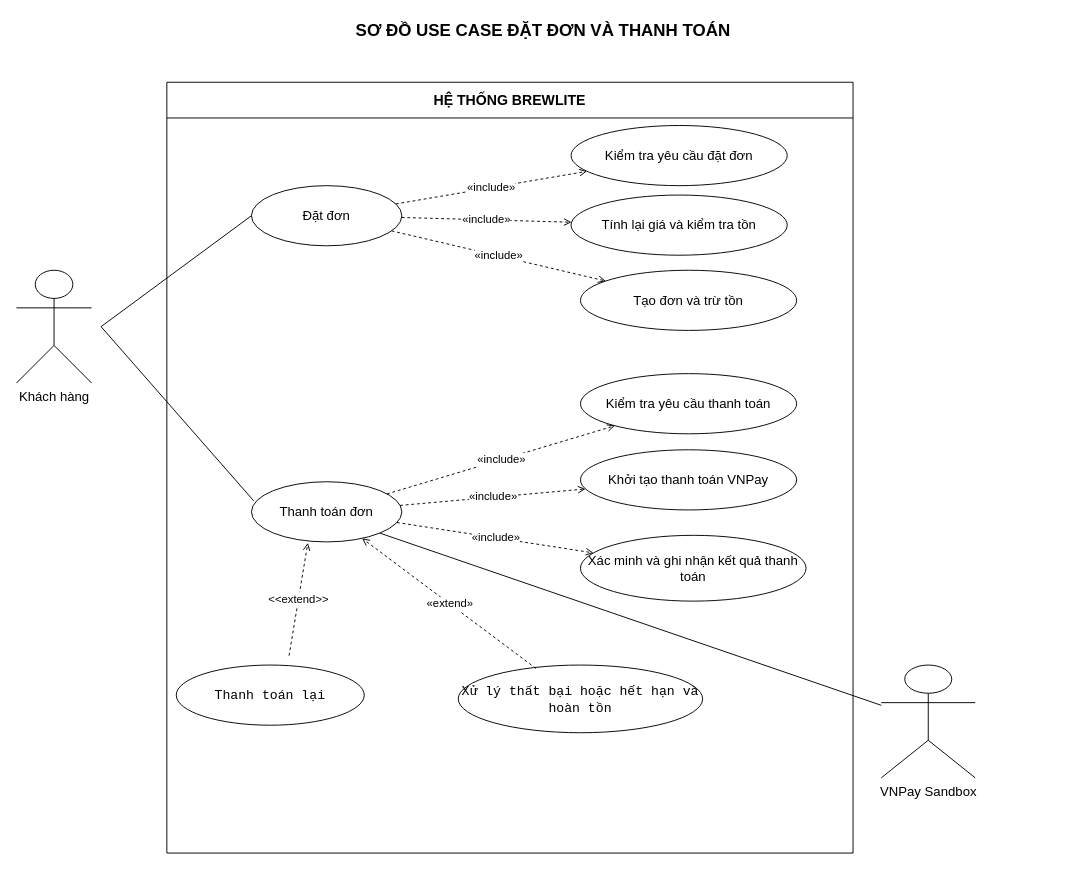
Above: docs/diagrams/sources/use-case-checkout.drawio in mhien06/BrewLite_A2 (draw.io), before the change. Source tidied: cells renumbered, new cells numbered last; positions are measured from the earlier drawing's top-left corner, leaving out a move shared by most shapes. Both pictures are drawn from the tidied source at 94%, with x=0, y=0 at pixel (16, 16).
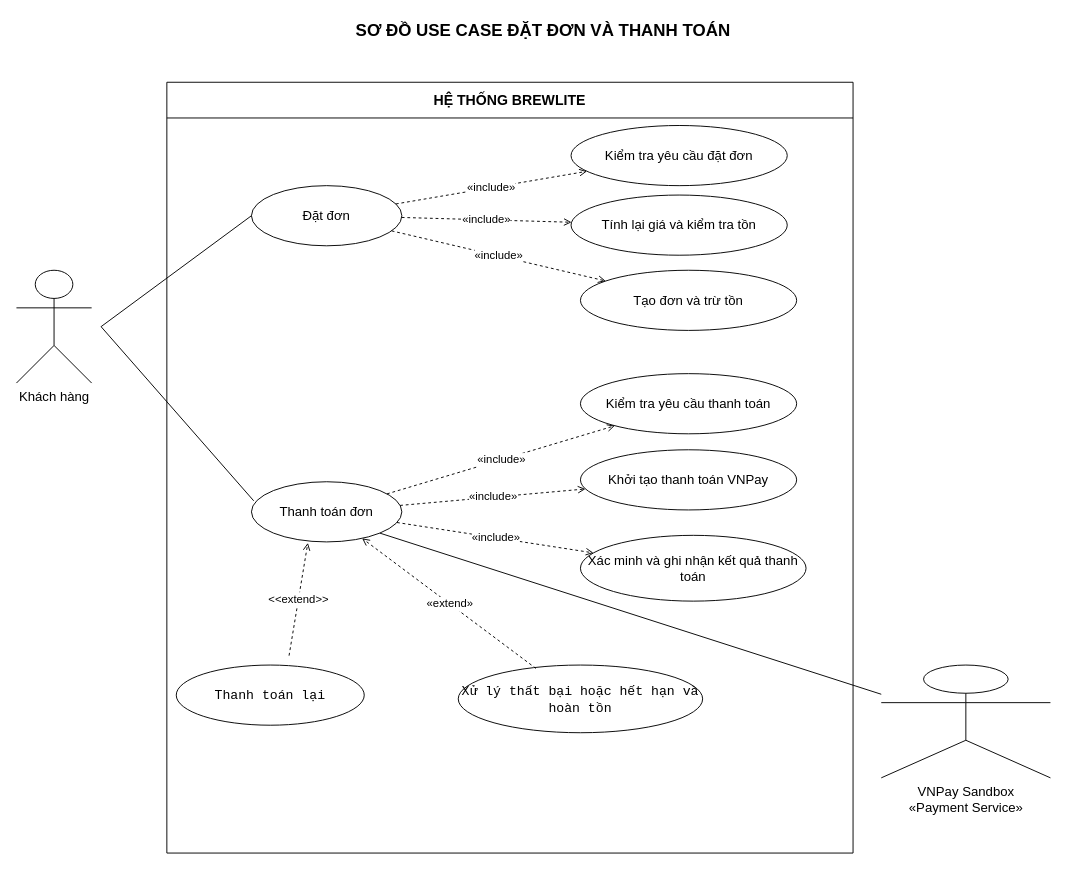
The same page after the edit.

Commit message (it also covers changes not shown here):
docs(task1): đồng bộ VNPay Sandbox và Payment Service

The edit, as a diff of the source:
```diff
@@
-<mxGraphModel>
+<mxGraphModel background="#ffffff">
@@
-    <mxCell id="13" value="VNPay Sandbox" style="shape=umlActor;verticalLabelPosition=bottom;verticalAlign=top;html=1;fontSize=14;" parent="1" vertex="1">
-      <mxGeometry x="920" y="690" width="100" height="120" as="geometry" />
+    <mxCell id="13" value="VNPay Sandbox&lt;br&gt;«Payment Service»" style="shape=umlActor;verticalLabelPosition=bottom;verticalAlign=top;html=1;fontSize=14;" parent="1" vertex="1">
+      <mxGeometry x="920" y="690" width="180" height="120" as="geometry" />
     </mxCell>
```
